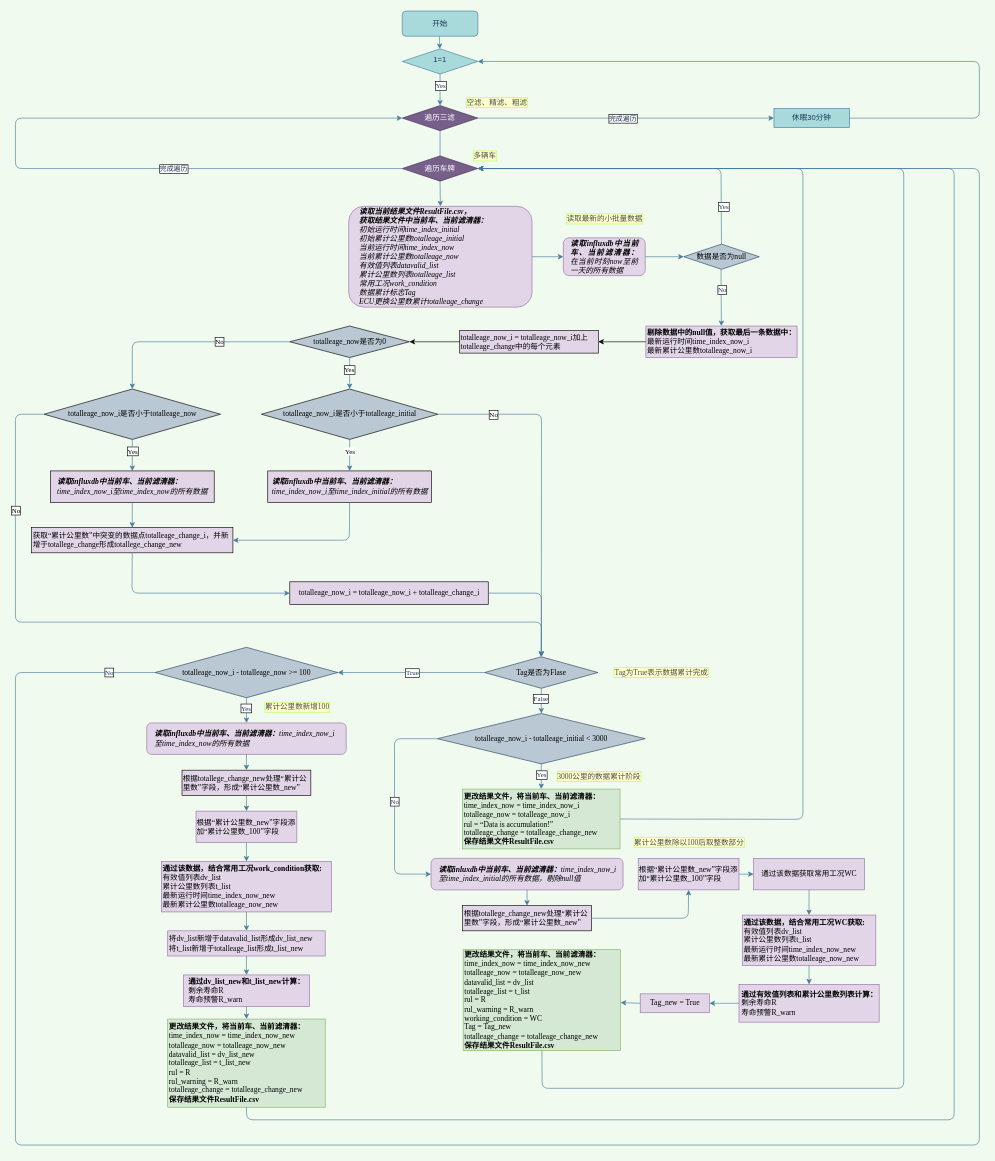
This is draw/算法流程v3.0.drawio from wangwuhua11/draw, a draw.io file, before an edit. Source tidied: cells renumbered, new cells numbered last; positions are measured from the earlier drawing's top-left corner, leaving out a move shared by most shapes. Both pictures are drawn from the tidied source at 63%, with x=0, y=0 at pixel (15, 11).
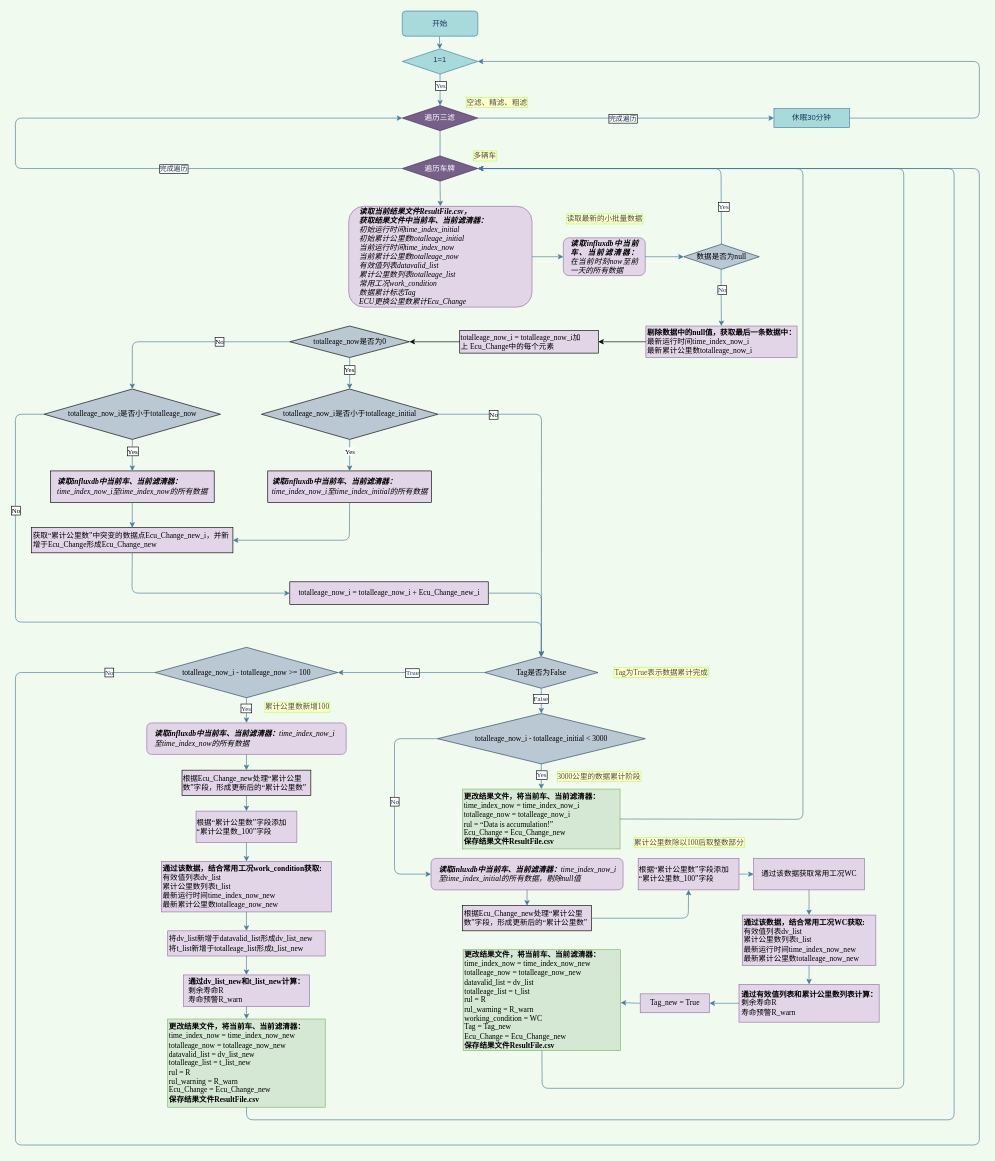
After the change.

Commit message:
更新算法流程v3.0.drawio

What changed in the source:
```diff
@@
-    <mxCell id="19" value="&lt;div align=&quot;left&quot;&gt;&lt;b&gt;读取当前结果文件ResultFile.csv，&lt;/b&gt;&lt;/div&gt;&lt;div align=&quot;left&quot;&gt;&lt;b&gt;获取结果文件中当前车、当前滤清器：&lt;/b&gt;&lt;/div&gt;&lt;div align=&quot;left&quot;&gt;初始运行时间time_index_initial&lt;/div&gt;&lt;div align=&quot;left&quot;&gt;初始累计公里数totalleage_initial&lt;/div&gt;&lt;div align=&quot;left&quot;&gt;当前运行时间time_index_now&lt;br&gt;&lt;/div&gt;&lt;div align=&quot;left&quot;&gt;当前累计公里数totalleage_now&lt;/div&gt;&lt;div align=&quot;left&quot;&gt;有效值列表datavalid_list&lt;/div&gt;&lt;div align=&quot;left&quot;&gt;累计公里数列表totalleage_list&lt;/div&gt;&lt;div align=&quot;left&quot;&gt;常用工况work_condition&lt;/div&gt;&lt;div align=&quot;left&quot;&gt;数据累计标志Tag&lt;/div&gt;&lt;div align=&quot;left&quot;&gt;ECU更换公里数累计totalleage_change&lt;br&gt;&lt;/div&gt;" style="rounded=1;whiteSpace=wrap;html=1;labelBackgroundColor=none;sketch=0;strokeColor=#9673a6;fillColor=#e1d5e7;align=left;fontFamily=Times New Roman;fontStyle=2;spacingLeft=15;" parent="1" vertex="1">
+    <mxCell id="19" value="&lt;div align=&quot;left&quot;&gt;&lt;b&gt;读取当前结果文件ResultFile.csv，&lt;/b&gt;&lt;/div&gt;&lt;div align=&quot;left&quot;&gt;&lt;b&gt;获取结果文件中当前车、当前滤清器：&lt;/b&gt;&lt;/div&gt;&lt;div align=&quot;left&quot;&gt;初始运行时间time_index_initial&lt;/div&gt;&lt;div align=&quot;left&quot;&gt;初始累计公里数totalleage_initial&lt;/div&gt;&lt;div align=&quot;left&quot;&gt;当前运行时间time_index_now&lt;br&gt;&lt;/div&gt;&lt;div align=&quot;left&quot;&gt;当前累计公里数totalleage_now&lt;/div&gt;&lt;div align=&quot;left&quot;&gt;有效值列表datavalid_list&lt;/div&gt;&lt;div align=&quot;left&quot;&gt;累计公里数列表totalleage_list&lt;/div&gt;&lt;div align=&quot;left&quot;&gt;常用工况work_condition&lt;/div&gt;&lt;div align=&quot;left&quot;&gt;数据累计标志Tag&lt;/div&gt;&lt;div align=&quot;left&quot;&gt;ECU更换公里数累计Ecu_Change&lt;br&gt;&lt;/div&gt;" style="rounded=1;whiteSpace=wrap;html=1;labelBackgroundColor=none;sketch=0;strokeColor=#9673a6;fillColor=#e1d5e7;align=left;fontFamily=Times New Roman;fontStyle=2;spacingLeft=15;" parent="1" vertex="1">
       <mxGeometry x="529" y="310" width="291" height="160" as="geometry" />
     </mxCell>
@@
-    <mxCell id="23" value="Tag是否为Flase" style="rhombus;whiteSpace=wrap;html=1;rounded=0;labelBackgroundColor=none;labelBorderColor=none;sketch=0;strokeColor=#23445d;fillColor=#bac8d3;fontFamily=Times New Roman;" parent="1" vertex="1">
+    <mxCell id="23" value="Tag是否为False" style="rhombus;whiteSpace=wrap;html=1;rounded=0;labelBackgroundColor=none;labelBorderColor=none;sketch=0;strokeColor=#23445d;fillColor=#bac8d3;fontFamily=Times New Roman;" parent="1" vertex="1">
       <mxGeometry x="744.7" y="1025" width="180" height="50" as="geometry" />
     </mxCell>
@@
-    <mxCell id="27" value="&lt;div&gt;&lt;b&gt;更改结果文件，将当前车、当前滤清器：&lt;/b&gt;&lt;/div&gt;&lt;div&gt;time_index_now = time_index_now_i&lt;/div&gt;&lt;div&gt;&lt;font face=&quot;Times New Roman&quot;&gt;totalleage_now&lt;/font&gt; = &lt;font face=&quot;Times New Roman&quot;&gt;totalleage_now_i&lt;/font&gt;&lt;/div&gt;&lt;div&gt;rul = “Data is accumulation!”&lt;/div&gt;&lt;div&gt;&lt;div&gt;totalleage_change = totalleage_change_new&lt;/div&gt;&lt;/div&gt;&lt;div&gt;&lt;b&gt;保存结果文件&lt;/b&gt;&lt;b&gt;ResultFile.csv&lt;/b&gt;&lt;/div&gt;" style="rounded=0;whiteSpace=wrap;html=1;labelBackgroundColor=none;labelBorderColor=none;sketch=0;strokeColor=#82b366;fillColor=#d5e8d4;align=left;fontFamily=Times New Roman;" parent="1" vertex="1">
+    <mxCell id="27" value="&lt;div&gt;&lt;b&gt;更改结果文件，将当前车、当前滤清器：&lt;/b&gt;&lt;/div&gt;&lt;div&gt;time_index_now = time_index_now_i&lt;/div&gt;&lt;div&gt;&lt;font face=&quot;Times New Roman&quot;&gt;totalleage_now&lt;/font&gt; = &lt;font face=&quot;Times New Roman&quot;&gt;totalleage_now_i&lt;/font&gt;&lt;/div&gt;&lt;div&gt;rul = “Data is accumulation!”&lt;/div&gt;&lt;div&gt;&lt;div&gt;Ecu_Change = Ecu_Change_new&lt;/div&gt;&lt;/div&gt;&lt;div&gt;&lt;b&gt;保存结果文件&lt;/b&gt;&lt;b&gt;ResultFile.csv&lt;/b&gt;&lt;/div&gt;" style="rounded=0;whiteSpace=wrap;html=1;labelBackgroundColor=none;labelBorderColor=none;sketch=0;strokeColor=#82b366;fillColor=#d5e8d4;align=left;fontFamily=Times New Roman;" parent="1" vertex="1">
       <mxGeometry x="709.7" y="1235" width="250" height="95" as="geometry" />
     </mxCell>
@@
-    <mxCell id="42" value="&lt;div&gt;&lt;b&gt;更改结果文件，将当前车、当前滤清器：&lt;/b&gt;&lt;/div&gt;&lt;div&gt;time_index_now = time_index_now_new&lt;/div&gt;&lt;div&gt;&lt;font face=&quot;Times New Roman&quot;&gt;totalleage_now&lt;/font&gt; = &lt;font face=&quot;Times New Roman&quot;&gt;totalleage_now&lt;/font&gt;_new&lt;/div&gt;&lt;div&gt;datavalid_list = dv_list&lt;br&gt;&lt;/div&gt;&lt;div&gt;&lt;font face=&quot;Times New Roman&quot;&gt;totalleage&lt;/font&gt;_list = t_list&lt;br&gt;&lt;/div&gt;&lt;div&gt;rul = R&lt;/div&gt;&lt;div&gt;rul_warning = R_warn&lt;br&gt;&lt;/div&gt;&lt;div&gt;working_condition = WC&lt;br&gt;&lt;/div&gt;&lt;div&gt;Tag = Tag_new &lt;br&gt;&lt;/div&gt;&lt;div&gt;&lt;div&gt;totalleage_change = totalleage_change_new&lt;/div&gt;&lt;/div&gt;&lt;div&gt;&lt;b&gt;保存结果文件&lt;/b&gt;&lt;b&gt;ResultFile.csv&lt;/b&gt;&lt;/div&gt;" style="rounded=0;whiteSpace=wrap;html=1;labelBackgroundColor=none;labelBorderColor=none;sketch=0;strokeColor=#82b366;fillColor=#d5e8d4;align=left;fontFamily=Times New Roman;" parent="1" vertex="1">
+    <mxCell id="42" value="&lt;div&gt;&lt;b&gt;更改结果文件，将当前车、当前滤清器：&lt;/b&gt;&lt;/div&gt;&lt;div&gt;time_index_now = time_index_now_new&lt;/div&gt;&lt;div&gt;&lt;font face=&quot;Times New Roman&quot;&gt;totalleage_now&lt;/font&gt; = &lt;font face=&quot;Times New Roman&quot;&gt;totalleage_now&lt;/font&gt;_new&lt;/div&gt;&lt;div&gt;datavalid_list = dv_list&lt;br&gt;&lt;/div&gt;&lt;div&gt;&lt;font face=&quot;Times New Roman&quot;&gt;totalleage&lt;/font&gt;_list = t_list&lt;br&gt;&lt;/div&gt;&lt;div&gt;rul = R&lt;/div&gt;&lt;div&gt;rul_warning = R_warn&lt;br&gt;&lt;/div&gt;&lt;div&gt;working_condition = WC&lt;br&gt;&lt;/div&gt;&lt;div&gt;Tag = Tag_new &lt;br&gt;&lt;/div&gt;&lt;div&gt;&lt;div&gt;Ecu_Change = Ecu_Change_new&lt;/div&gt;&lt;/div&gt;&lt;div&gt;&lt;b&gt;保存结果文件&lt;/b&gt;&lt;b&gt;ResultFile.csv&lt;/b&gt;&lt;/div&gt;" style="rounded=0;whiteSpace=wrap;html=1;labelBackgroundColor=none;labelBorderColor=none;sketch=0;strokeColor=#82b366;fillColor=#d5e8d4;align=left;fontFamily=Times New Roman;" parent="1" vertex="1">
       <mxGeometry x="710.7" y="1490" width="250" height="160" as="geometry" />
     </mxCell>
@@
-    <mxCell id="52" value="&lt;div align=&quot;left&quot;&gt;根据“累计公里数_new”字段添加“累计公里数_100”字段&lt;br&gt;&lt;/div&gt;" style="rounded=0;whiteSpace=wrap;html=1;labelBackgroundColor=none;labelBorderColor=none;sketch=0;fontFamily=Times New Roman;strokeColor=#9673a6;fillColor=#e1d5e7;" parent="1" vertex="1">
+    <mxCell id="52" value="&lt;div align=&quot;left&quot;&gt;根据“累计公里数”字段添加“累计公里数_100”字段&lt;br&gt;&lt;/div&gt;" style="rounded=0;whiteSpace=wrap;html=1;labelBackgroundColor=none;labelBorderColor=none;sketch=0;fontFamily=Times New Roman;strokeColor=#9673a6;fillColor=#e1d5e7;" parent="1" vertex="1">
       <mxGeometry x="988.5" y="1345" width="160" height="50" as="geometry" />
     </mxCell>
@@
-    <mxCell id="54" value="&lt;div align=&quot;left&quot;&gt;根据“累计公里数_new”字段添加“累计公里数_100”字段&lt;br&gt;&lt;/div&gt;" style="rounded=0;whiteSpace=wrap;html=1;labelBackgroundColor=none;labelBorderColor=none;sketch=0;fontFamily=Times New Roman;strokeColor=#9673a6;fillColor=#e1d5e7;" parent="1" vertex="1">
+    <mxCell id="54" value="&lt;div align=&quot;left&quot;&gt;根据“累计公里数”字段添加“累计公里数_100”字段&lt;br&gt;&lt;/div&gt;" style="rounded=0;whiteSpace=wrap;html=1;labelBackgroundColor=none;labelBorderColor=none;sketch=0;fontFamily=Times New Roman;strokeColor=#9673a6;fillColor=#e1d5e7;" parent="1" vertex="1">
       <mxGeometry x="286.7" y="1270" width="160" height="50" as="geometry" />
     </mxCell>
@@
-    <mxCell id="60" value="&lt;div&gt;&lt;b&gt;更改结果文件，将当前车、当前滤清器：&lt;/b&gt;&lt;/div&gt;&lt;div&gt;time_index_now = time_index_now_new&lt;/div&gt;&lt;div&gt;&lt;font face=&quot;Times New Roman&quot;&gt;totalleage_now&lt;/font&gt; = &lt;font face=&quot;Times New Roman&quot;&gt;totalleage_now&lt;/font&gt;_new&lt;/div&gt;&lt;div&gt;datavalid_list = dv_list_new&lt;br&gt;&lt;/div&gt;&lt;div&gt;&lt;font face=&quot;Times New Roman&quot;&gt;totalleage&lt;/font&gt;_list = t_list_new&lt;br&gt;&lt;/div&gt;&lt;div&gt;rul = R&lt;/div&gt;&lt;div&gt;rul_warning = R_warn&lt;/div&gt;&lt;div&gt;&lt;div&gt;totalleage_change = totalleage_change_new&lt;/div&gt;&lt;/div&gt;&lt;div&gt;&lt;b&gt;保存结果文件&lt;/b&gt;&lt;b&gt;ResultFile.csv&lt;/b&gt;&lt;/div&gt;" style="rounded=0;whiteSpace=wrap;html=1;labelBackgroundColor=none;labelBorderColor=none;sketch=0;strokeColor=#82b366;fillColor=#d5e8d4;align=left;fontFamily=Times New Roman;" parent="1" vertex="1">
+    <mxCell id="60" value="&lt;div&gt;&lt;b&gt;更改结果文件，将当前车、当前滤清器：&lt;/b&gt;&lt;/div&gt;&lt;div&gt;time_index_now = time_index_now_new&lt;/div&gt;&lt;div&gt;&lt;font face=&quot;Times New Roman&quot;&gt;totalleage_now&lt;/font&gt; = &lt;font face=&quot;Times New Roman&quot;&gt;totalleage_now&lt;/font&gt;_new&lt;/div&gt;&lt;div&gt;datavalid_list = dv_list_new&lt;br&gt;&lt;/div&gt;&lt;div&gt;&lt;font face=&quot;Times New Roman&quot;&gt;totalleage&lt;/font&gt;_list = t_list_new&lt;br&gt;&lt;/div&gt;&lt;div&gt;rul = R&lt;/div&gt;&lt;div&gt;rul_warning = R_warn&lt;/div&gt;&lt;div&gt;&lt;div&gt;Ecu_Change = Ecu_Change_new&lt;/div&gt;&lt;/div&gt;&lt;div&gt;&lt;b&gt;保存结果文件&lt;/b&gt;&lt;b&gt;ResultFile.csv&lt;/b&gt;&lt;/div&gt;" style="rounded=0;whiteSpace=wrap;html=1;labelBackgroundColor=none;labelBorderColor=none;sketch=0;strokeColor=#82b366;fillColor=#d5e8d4;align=left;fontFamily=Times New Roman;" parent="1" vertex="1">
       <mxGeometry x="241.7" y="1600" width="250" height="140" as="geometry" />
     </mxCell>
@@
-    <mxCell id="82" value="获取“累计公里数”中突变的数据点totalleage_change_i，并新增于totallege_change形成totallege_change_new" style="rounded=0;whiteSpace=wrap;html=1;fontFamily=Times New Roman;align=left;fillColor=#E1D5E7;" parent="1" vertex="1">
+    <mxCell id="82" value="获取“累计公里数”中突变的数据点Ecu_Change_new_i，并新增于Ecu_Change形成Ecu_Change_new" style="rounded=0;whiteSpace=wrap;html=1;fontFamily=Times New Roman;align=left;fillColor=#E1D5E7;" parent="1" vertex="1">
       <mxGeometry x="25.7" y="820" width="319.5" height="40" as="geometry" />
     </mxCell>
@@
-    <mxCell id="90" value="&lt;font face=&quot;Times New Roman&quot;&gt;totalleage_now_i = &lt;/font&gt;&lt;font face=&quot;Times New Roman&quot;&gt;totalleage_now_i + &lt;/font&gt;totalleage_change_i&lt;font face=&quot;Times New Roman&quot;&gt;&lt;/font&gt;" style="rounded=0;whiteSpace=wrap;html=1;fontFamily=Times New Roman;fillColor=#E1D5E7;" parent="1" vertex="1">
+    <mxCell id="90" value="&lt;font face=&quot;Times New Roman&quot;&gt;totalleage_now_i = &lt;/font&gt;&lt;font face=&quot;Times New Roman&quot;&gt;totalleage_now_i + &lt;/font&gt;Ecu_Change_new_i" style="rounded=0;whiteSpace=wrap;html=1;fontFamily=Times New Roman;fillColor=#E1D5E7;" parent="1" vertex="1">
       <mxGeometry x="435.5" y="906" width="315" height="36" as="geometry" />
     </mxCell>
@@
-    <mxCell id="97" value="&lt;font face=&quot;Times New Roman&quot;&gt;totalleage_now_i = &lt;/font&gt;&lt;font face=&quot;Times New Roman&quot;&gt;totalleage_now_i加上 &lt;/font&gt;totalleage_change中的每个元素" style="rounded=0;whiteSpace=wrap;html=1;fontFamily=Times New Roman;fillColor=#E1D5E7;align=left;" parent="1" vertex="1">
+    <mxCell id="97" value="&lt;font face=&quot;Times New Roman&quot;&gt;totalleage_now_i = &lt;/font&gt;&lt;font face=&quot;Times New Roman&quot;&gt;totalleage_now_i加上&amp;nbsp;&lt;/font&gt;Ecu_Change中的每个元素" style="rounded=0;whiteSpace=wrap;html=1;fontFamily=Times New Roman;fillColor=#E1D5E7;align=left;" parent="1" vertex="1">
       <mxGeometry x="705.2" y="507" width="220" height="36" as="geometry" />
     </mxCell>
@@
-    <mxCell id="102" value="根据totallege_change_new处理“累计公里数”字段，形成“累计公里数_new”" style="rounded=0;whiteSpace=wrap;html=1;fontFamily=Times New Roman;align=left;fillColor=#E1D5E7;" parent="1" vertex="1">
+    <mxCell id="102" value="根据Ecu_Change_new处理“累计公里数”字段，形成更新后的“累计公里数”" style="rounded=0;whiteSpace=wrap;html=1;fontFamily=Times New Roman;align=left;fillColor=#E1D5E7;" parent="1" vertex="1">
       <mxGeometry x="264.4" y="1205" width="204.5" height="40" as="geometry" />
     </mxCell>
@@
-    <mxCell id="105" value="根据totallege_change_new处理“累计公里数”字段，形成“累计公里数_new”" style="rounded=0;whiteSpace=wrap;html=1;fontFamily=Times New Roman;align=left;fillColor=#E1D5E7;" parent="1" vertex="1">
+    <mxCell id="105" value="根据Ecu_Change_new处理“累计公里数”字段，形成更新后的“累计公里数”" style="rounded=0;whiteSpace=wrap;html=1;fontFamily=Times New Roman;align=left;fillColor=#E1D5E7;" parent="1" vertex="1">
       <mxGeometry x="709.8" y="1420" width="204.5" height="40" as="geometry" />
     </mxCell>
```
